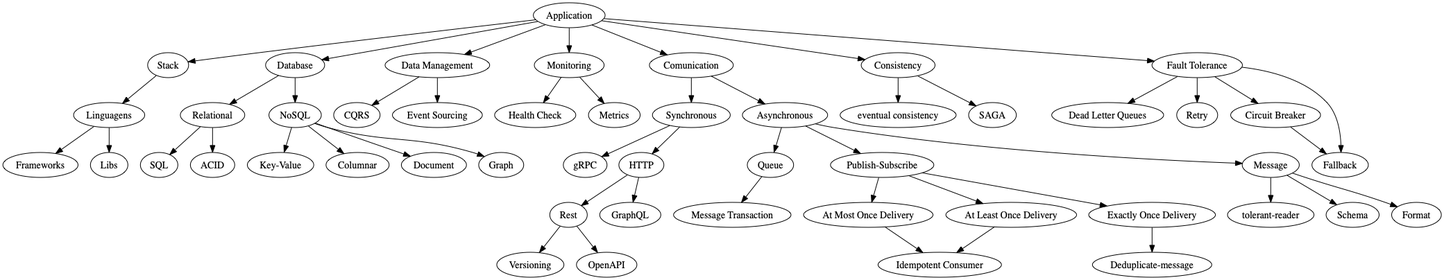
This is images/microservices-application-roadmap.gv.png from emmanuelneri/microservices-roadmap, a Graphviz export, as it was before one commit. Its source is kept beside it as images/microservices-application-roadmap.gv.
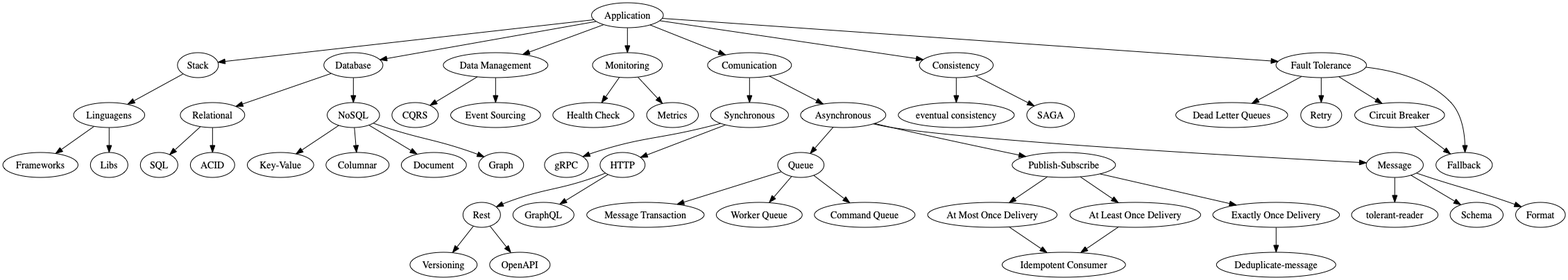
After the commit.

Commit message:
add queue types

What changed in the source:
```diff
@@ -63,7 +63,11 @@
 	asynchronous -> "pub-sub"
 	asynchronous -> messages
 	"queue-transaction" [label="Message Transaction"]
+	"worker-queue" [label="Worker Queue"]
+	"command-queue" [label="Command Queue"]
 	queue -> "queue-transaction"
+	queue -> "worker-queue"
+	queue -> "command-queue"
 	"at-most-once-delivery" [label="At Most Once Delivery"]
 	"at-least-once-delivery" [label="At Least Once Delivery"]
 	"exactly-once-delivery" [label="Exactly Once Delivery"]
```
